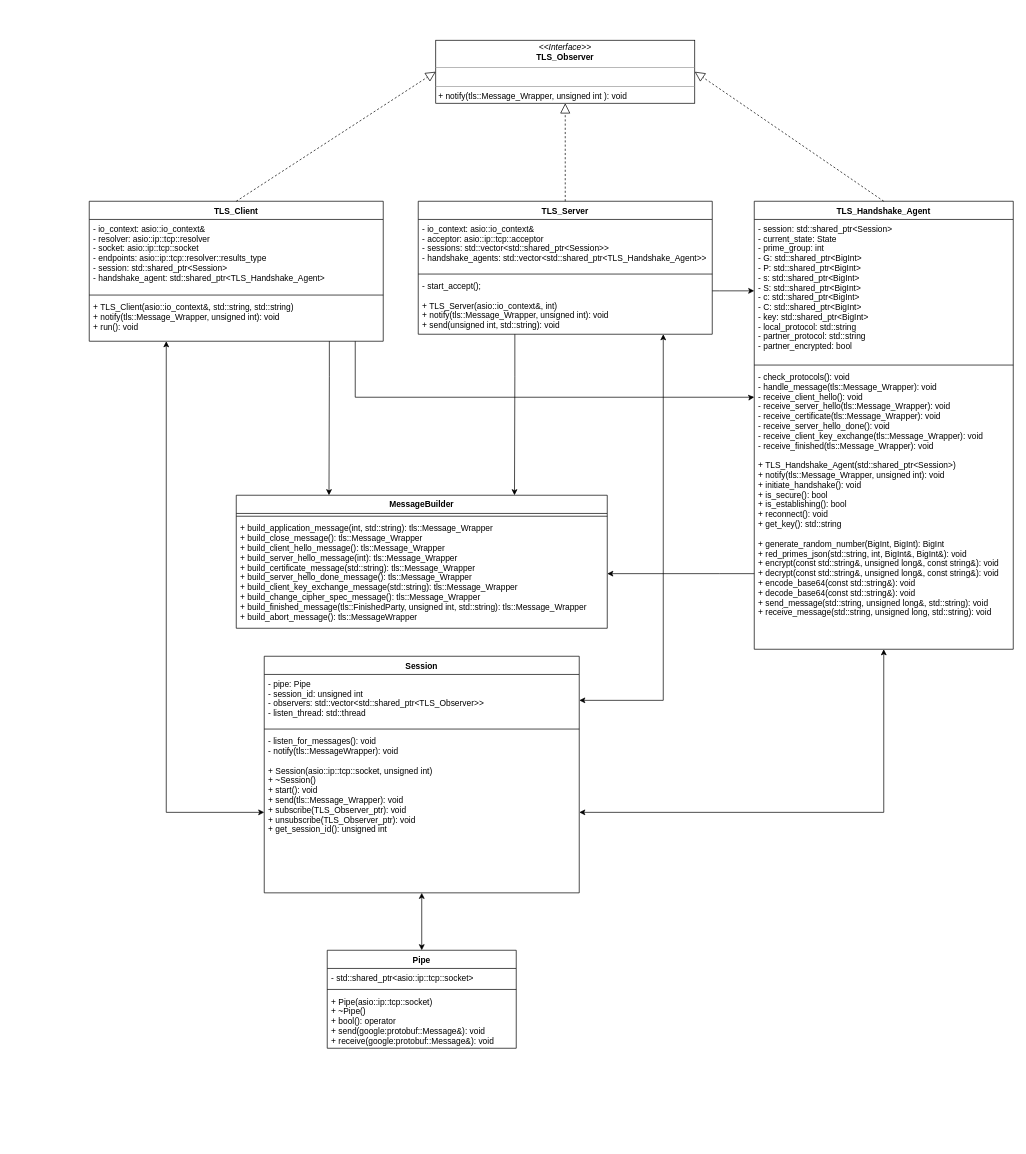
Before: doc/img/UML/Classes.drawio in LeskovarLukas/Diffie-Hellman-IKE, a draw.io diagram. Source tidied: cells renumbered, new cells numbered last; positions are measured from the earlier drawing's top-left corner, leaving out a move shared by most shapes. Both pictures are drawn from the tidied source at 70%, with x=0, y=0 at pixel (89, 40).
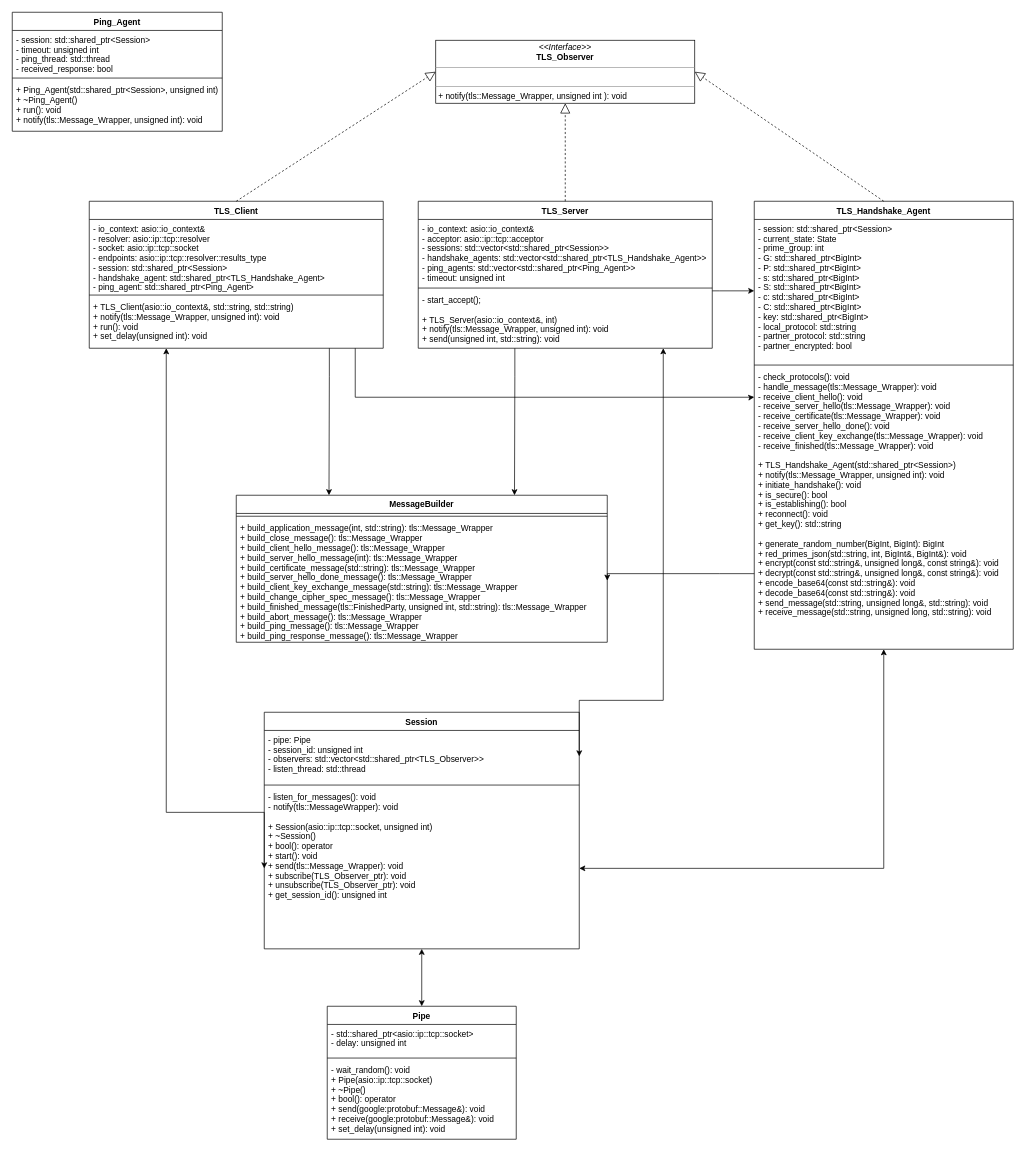
Above is the later version.

Change to the diagram source:
```diff
@@
     <mxCell id="10" value="Session" style="swimlane;fontStyle=1;align=center;verticalAlign=top;horizontal=1;startSize=26;" parent="1" vertex="1">
-      <mxGeometry x="250" y="880" width="450" height="338" as="geometry" />
+      <mxGeometry x="250" y="960" width="450" height="338" as="geometry" />
     </mxCell>
@@
-    <mxCell id="13" value="- listen_for_messages(): void&#10;- notify(tls::MessageWrapper): void&#10;&#10;+ Session(asio::ip::tcp::socket, unsigned int)&#10;+ ~Session()&#10;+ start(): void&#10;+ send(tls::Message_Wrapper): void&#10;+ subscribe(TLS_Observer_ptr): void&#10;+ unsubscribe(TLS_Observer_ptr): void&#10;+ get_session_id(): unsigned int" style="text;strokeColor=none;fillColor=none;align=left;verticalAlign=top;spacingLeft=4;spacingRight=4;overflow=hidden;points=[[0,0.5],[1,0.5]];portConstraint=eastwest;" parent="10" vertex="1">
+    <mxCell id="13" value="- listen_for_messages(): void&#10;- notify(tls::MessageWrapper): void&#10;&#10;+ Session(asio::ip::tcp::socket, unsigned int)&#10;+ ~Session()&#10;+ bool(): operator&#10;+ start(): void&#10;+ send(tls::Message_Wrapper): void&#10;+ subscribe(TLS_Observer_ptr): void&#10;+ unsubscribe(TLS_Observer_ptr): void&#10;+ get_session_id(): unsigned int" style="text;strokeColor=none;fillColor=none;align=left;verticalAlign=top;spacingLeft=4;spacingRight=4;overflow=hidden;points=[[0,0.5],[1,0.5]];portConstraint=eastwest;" parent="10" vertex="1">
       <mxGeometry y="108" width="450" height="230" as="geometry" />
     </mxCell>
     <mxCell id="14" value="Pipe" style="swimlane;fontStyle=1;align=center;verticalAlign=top;horizontal=1;startSize=26;" parent="1" vertex="1">
-      <mxGeometry x="340" y="1300" width="270" height="140" as="geometry" />
+      <mxGeometry x="340" y="1380" width="270" height="190" as="geometry" />
     </mxCell>
-    <mxCell id="15" value="- std::shared_ptr&lt;asio::ip::tcp::socket&gt;" style="text;strokeColor=none;fillColor=none;align=left;verticalAlign=top;spacingLeft=4;spacingRight=4;overflow=hidden;" parent="14" vertex="1">
-      <mxGeometry y="26" width="270" height="26" as="geometry" />
+    <mxCell id="15" value="- std::shared_ptr&lt;asio::ip::tcp::socket&gt;&#10;- delay: unsigned int " style="text;strokeColor=none;fillColor=none;align=left;verticalAlign=top;spacingLeft=4;spacingRight=4;overflow=hidden;" parent="14" vertex="1">
+      <mxGeometry y="26" width="270" height="44" as="geometry" />
     </mxCell>
     <mxCell id="16" style="line;strokeWidth=1;fillColor=none;align=left;verticalAlign=middle;spacingTop=-1;spacingLeft=3;spacingRight=3;labelPosition=right;" parent="14" vertex="1">
-      <mxGeometry y="52" width="270" height="8" as="geometry" />
+      <mxGeometry y="70" width="270" height="8" as="geometry" />
     </mxCell>
-    <mxCell id="17" value="+ Pipe(asio::ip::tcp::socket)&#10;+ ~Pipe()&#10;+ bool(): operator&#10;+ send(google:protobuf::Message&amp;): void&#10;+ receive(google:protobuf::Message&amp;): void" style="text;strokeColor=none;fillColor=none;align=left;verticalAlign=top;spacingLeft=4;spacingRight=4;overflow=hidden;" parent="14" vertex="1">
-      <mxGeometry y="60" width="270" height="80" as="geometry" />
+    <mxCell id="17" value="- wait_random(): void&#10;+ Pipe(asio::ip::tcp::socket)&#10;+ ~Pipe()&#10;+ bool(): operator&#10;+ send(google:protobuf::Message&amp;): void&#10;+ receive(google:protobuf::Message&amp;): void&#10;+ set_delay(unsigned int): void" style="text;strokeColor=none;fillColor=none;align=left;verticalAlign=top;spacingLeft=4;spacingRight=4;overflow=hidden;" parent="14" vertex="1">
+      <mxGeometry y="78" width="270" height="112" as="geometry" />
     </mxCell>
     <mxCell id="18" value="MessageBuilder" style="swimlane;fontStyle=1;align=center;verticalAlign=top;horizontal=1;startSize=26;" parent="1" vertex="1">
-      <mxGeometry x="210" y="650" width="530" height="190" as="geometry" />
+      <mxGeometry x="210" y="650" width="530" height="210" as="geometry" />
     </mxCell>
@@
-    <mxCell id="20" value="+ build_application_message(int, std::string): tls::Message_Wrapper&#10;+ build_close_message(): tls::Message_Wrapper&#10;+ build_client_hello_message(): tls::Message_Wrapper&#10;+ build_server_hello_message(int): tls::Message_Wrapper&#10;+ build_certificate_message(std::string): tls::Message_Wrapper&#10;+ build_server_hello_done_message(): tls::Message_Wrapper&#10;+ build_client_key_exchange_message(std::string): tls::Message_Wrapper&#10;+ build_change_cipher_spec_message(): tls::Message_Wrapper&#10;+ build_finished_message(tls::FinishedParty, unsigned int, std::string): tls::Message_Wrapper&#10;+ build_abort_message(): tls::MessageWrapper" style="text;strokeColor=none;fillColor=none;align=left;verticalAlign=top;spacingLeft=4;spacingRight=4;overflow=hidden;points=[[0,0.5],[1,0.5]];portConstraint=eastwest;" parent="18" vertex="1">
-      <mxGeometry y="34" width="530" height="156" as="geometry" />
+    <mxCell id="20" value="+ build_application_message(int, std::string): tls::Message_Wrapper&#10;+ build_close_message(): tls::Message_Wrapper&#10;+ build_client_hello_message(): tls::Message_Wrapper&#10;+ build_server_hello_message(int): tls::Message_Wrapper&#10;+ build_certificate_message(std::string): tls::Message_Wrapper&#10;+ build_server_hello_done_message(): tls::Message_Wrapper&#10;+ build_client_key_exchange_message(std::string): tls::Message_Wrapper&#10;+ build_change_cipher_spec_message(): tls::Message_Wrapper&#10;+ build_finished_message(tls::FinishedParty, unsigned int, std::string): tls::Message_Wrapper&#10;+ build_abort_message(): tls::Message_Wrapper&#10;+ build_ping_message(): tls::Message_Wrapper&#10;+ build_ping_response_message(): tls::Message_Wrapper" style="text;strokeColor=none;fillColor=none;align=left;verticalAlign=top;spacingLeft=4;spacingRight=4;overflow=hidden;points=[[0,0.5],[1,0.5]];portConstraint=eastwest;" parent="18" vertex="1">
+      <mxGeometry y="34" width="530" height="176" as="geometry" />
     </mxCell>
@@
     <mxCell id="24" value="TLS_Server" style="swimlane;fontStyle=1;align=center;verticalAlign=top;horizontal=1;startSize=26;" parent="1" vertex="1">
-      <mxGeometry x="470" y="230" width="420" height="190" as="geometry" />
+      <mxGeometry x="470" y="230" width="420" height="210" as="geometry" />
     </mxCell>
-    <mxCell id="25" value="- io_context: asio::io_context&amp;&#10;- acceptor: asio::ip::tcp::acceptor&#10;- sessions: std::vector&lt;std::shared_ptr&lt;Session&gt;&gt;&#10;- handshake_agents: std::vector&lt;std::shared_ptr&lt;TLS_Handshake_Agent&gt;&gt;" style="text;strokeColor=none;fillColor=none;align=left;verticalAlign=top;spacingLeft=4;spacingRight=4;overflow=hidden;" parent="24" vertex="1">
-      <mxGeometry y="26" width="420" height="74" as="geometry" />
+    <mxCell id="25" value="- io_context: asio::io_context&amp;&#10;- acceptor: asio::ip::tcp::acceptor&#10;- sessions: std::vector&lt;std::shared_ptr&lt;Session&gt;&gt;&#10;- handshake_agents: std::vector&lt;std::shared_ptr&lt;TLS_Handshake_Agent&gt;&gt;&#10;- ping_agents: std::vector&lt;std::shared_ptr&lt;Ping_Agent&gt;&gt;&#10;- timeout: unsigned int" style="text;strokeColor=none;fillColor=none;align=left;verticalAlign=top;spacingLeft=4;spacingRight=4;overflow=hidden;" parent="24" vertex="1">
+      <mxGeometry y="26" width="420" height="94" as="geometry" />
     </mxCell>
     <mxCell id="26" style="line;strokeWidth=1;fillColor=none;align=left;verticalAlign=middle;spacingTop=-1;spacingLeft=3;spacingRight=3;labelPosition=right;" parent="24" vertex="1">
-      <mxGeometry y="100" width="420" height="8" as="geometry" />
+      <mxGeometry y="120" width="420" height="8" as="geometry" />
     </mxCell>
     <mxCell id="27" value="- start_accept();&#10;&#10;+ TLS_Server(asio::io_context&amp;, int)&#10;+ notify(tls::Message_Wrapper, unsigned int): void&#10;+ send(unsigned int, std::string): void" style="text;strokeColor=none;fillColor=none;align=left;verticalAlign=top;spacingLeft=4;spacingRight=4;overflow=hidden;" parent="24" vertex="1">
-      <mxGeometry y="108" width="420" height="82" as="geometry" />
+      <mxGeometry y="128" width="420" height="82" as="geometry" />
     </mxCell>
@@
     <mxCell id="31" value="TLS_Client" style="swimlane;fontStyle=1;align=center;verticalAlign=top;horizontal=1;startSize=26;" parent="1" vertex="1">
-      <mxGeometry y="230" width="420" height="200" as="geometry" />
+      <mxGeometry y="230" width="420" height="210" as="geometry" />
     </mxCell>
-    <mxCell id="32" value="- io_context: asio::io_context&amp;&#10;- resolver: asio::ip::tcp::resolver&#10;- socket: asio::ip::tcp::socket&#10;- endpoints: asio::ip::tcp::resolver::results_type&#10;- session: std::shared_ptr&lt;Session&gt;&#10;- handshake_agent: std::shared_ptr&lt;TLS_Handshake_Agent&gt;" style="text;strokeColor=none;fillColor=none;align=left;verticalAlign=top;spacingLeft=4;spacingRight=4;overflow=hidden;" parent="31" vertex="1">
+    <mxCell id="32" value="- io_context: asio::io_context&amp;&#10;- resolver: asio::ip::tcp::resolver&#10;- socket: asio::ip::tcp::socket&#10;- endpoints: asio::ip::tcp::resolver::results_type&#10;- session: std::shared_ptr&lt;Session&gt;&#10;- handshake_agent: std::shared_ptr&lt;TLS_Handshake_Agent&gt;&#10;- ping_agent: std::shared_ptr&lt;Ping_Agent&gt;" style="text;strokeColor=none;fillColor=none;align=left;verticalAlign=top;spacingLeft=4;spacingRight=4;overflow=hidden;" parent="31" vertex="1">
       <mxGeometry y="26" width="420" height="104" as="geometry" />
     </mxCell>
@@
-    <mxCell id="34" value="+ TLS_Client(asio::io_context&amp;, std::string, std::string)&#10;+ notify(tls::Message_Wrapper, unsigned int): void&#10;+ run(): void" style="text;strokeColor=none;fillColor=none;align=left;verticalAlign=top;spacingLeft=4;spacingRight=4;overflow=hidden;" parent="31" vertex="1">
-      <mxGeometry y="138" width="420" height="62" as="geometry" />
+    <mxCell id="34" value="+ TLS_Client(asio::io_context&amp;, std::string, std::string)&#10;+ notify(tls::Message_Wrapper, unsigned int): void&#10;+ run(): void&#10;+ set_delay(unsigned int): void" style="text;strokeColor=none;fillColor=none;align=left;verticalAlign=top;spacingLeft=4;spacingRight=4;overflow=hidden;" parent="31" vertex="1">
+      <mxGeometry y="138" width="420" height="72" as="geometry" />
     </mxCell>
@@
+    <mxCell id="38" value="Ping_Agent" style="swimlane;fontStyle=1;align=center;verticalAlign=top;horizontal=1;startSize=26;" parent="1" vertex="1">
+      <mxGeometry x="-110" y="-40" width="300" height="170" as="geometry" />
+    </mxCell>
+    <mxCell id="39" value="- session: std::shared_ptr&lt;Session&gt;&#10;- timeout: unsigned int&#10;- ping_thread: std::thread&#10;- received_response: bool&#10;" style="text;strokeColor=none;fillColor=none;align=left;verticalAlign=top;spacingLeft=4;spacingRight=4;overflow=hidden;" parent="38" vertex="1">
+      <mxGeometry y="26" width="300" height="64" as="geometry" />
+    </mxCell>
+    <mxCell id="40" style="line;strokeWidth=1;fillColor=none;align=left;verticalAlign=middle;spacingTop=-1;spacingLeft=3;spacingRight=3;labelPosition=right;" parent="38" vertex="1">
+      <mxGeometry y="90" width="300" height="8" as="geometry" />
+    </mxCell>
+    <mxCell id="41" value="+ Ping_Agent(std::shared_ptr&lt;Session&gt;, unsigned int)&#10;+ ~Ping_Agent()&#10;+ run(): void&#10;+ notify(tls::Message_Wrapper, unsigned int): void" style="text;strokeColor=none;fillColor=none;align=left;verticalAlign=top;spacingLeft=4;spacingRight=4;overflow=hidden;" parent="38" vertex="1">
+      <mxGeometry y="98" width="300" height="72" as="geometry" />
+    </mxCell>
```
